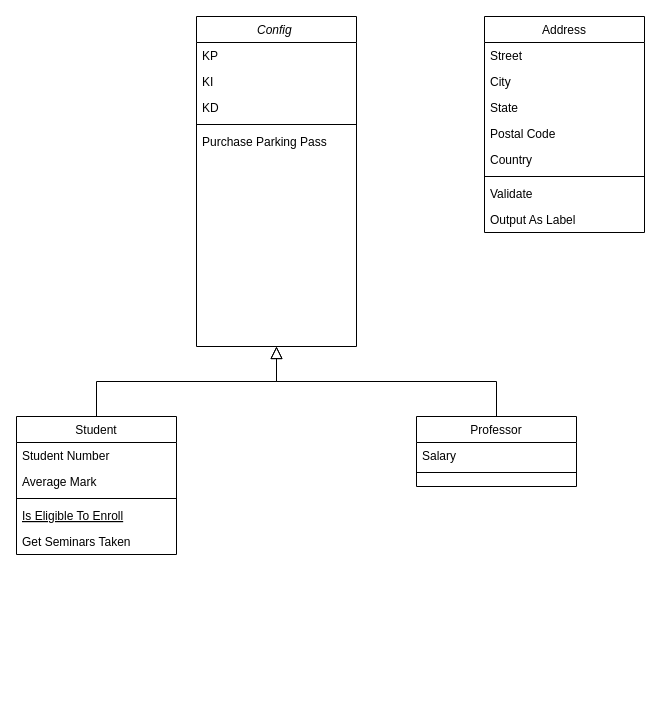
0neShot/IA keeps this draw.io diagram as IA.drawio. Above is the earlier version. Source tidied: cells renumbered, new cells numbered last; positions are measured from the earlier drawing's top-left corner, leaving out a move shared by most shapes. Both pictures are drawn from the tidied source at 100%, with x=0, y=0 at pixel (16, 16).
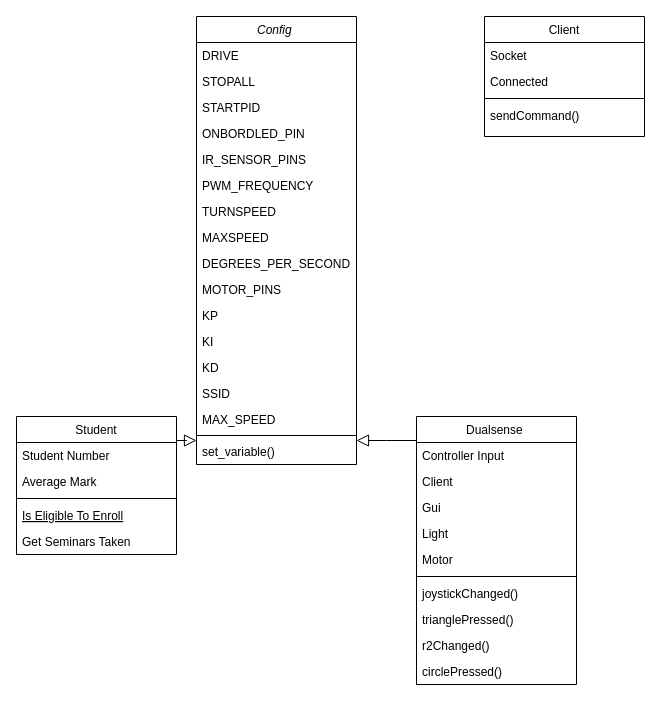
After the change.

Change to the diagram source:
```diff
@@
     <mxCell id="2" value="Config " style="swimlane;fontStyle=2;align=center;verticalAlign=top;horizontal=1;startSize=26;rounded=0;shadow=0;strokeWidth=1;" parent="1" vertex="1">
-      <mxGeometry x="180" width="160" height="330" as="geometry" />
+      <mxGeometry x="180" width="160" height="448" as="geometry" />
     </mxCell>
+    <mxCell id="28" value="DRIVE" style="text;align=left;verticalAlign=top;spacingLeft=4;spacingRight=4;overflow=hidden;" parent="2" vertex="1">
+      <mxGeometry y="26" width="160" height="26" as="geometry" />
+    </mxCell>
+    <mxCell id="29" value="STOPALL" style="text;align=left;verticalAlign=top;spacingLeft=4;spacingRight=4;overflow=hidden;" parent="2" vertex="1">
+      <mxGeometry y="52" width="160" height="26" as="geometry" />
+    </mxCell>
+    <mxCell id="30" value="STARTPID" style="text;align=left;verticalAlign=top;spacingLeft=4;spacingRight=4;overflow=hidden;" parent="2" vertex="1">
+      <mxGeometry y="78" width="160" height="26" as="geometry" />
+    </mxCell>
+    <mxCell id="31" value="ONBORDLED_PIN" style="text;align=left;verticalAlign=top;spacingLeft=4;spacingRight=4;overflow=hidden;" parent="2" vertex="1">
+      <mxGeometry y="104" width="160" height="26" as="geometry" />
+    </mxCell>
+    <mxCell id="32" value="IR_SENSOR_PINS" style="text;align=left;verticalAlign=top;spacingLeft=4;spacingRight=4;overflow=hidden;" parent="2" vertex="1">
+      <mxGeometry y="130" width="160" height="26" as="geometry" />
+    </mxCell>
+    <mxCell id="33" value="PWM_FREQUENCY" style="text;align=left;verticalAlign=top;spacingLeft=4;spacingRight=4;overflow=hidden;" parent="2" vertex="1">
+      <mxGeometry y="156" width="160" height="26" as="geometry" />
+    </mxCell>
+    <mxCell id="34" value="TURNSPEED" style="text;align=left;verticalAlign=top;spacingLeft=4;spacingRight=4;overflow=hidden;" parent="2" vertex="1">
+      <mxGeometry y="182" width="160" height="26" as="geometry" />
+    </mxCell>
+    <mxCell id="35" value="MAXSPEED" style="text;align=left;verticalAlign=top;spacingLeft=4;spacingRight=4;overflow=hidden;" parent="2" vertex="1">
+      <mxGeometry y="208" width="160" height="26" as="geometry" />
+    </mxCell>
+    <mxCell id="36" value="DEGREES_PER_SECOND" style="text;align=left;verticalAlign=top;spacingLeft=4;spacingRight=4;overflow=hidden;" parent="2" vertex="1">
+      <mxGeometry y="234" width="160" height="26" as="geometry" />
+    </mxCell>
+    <mxCell id="37" value="MOTOR_PINS" style="text;align=left;verticalAlign=top;spacingLeft=4;spacingRight=4;overflow=hidden;" parent="2" vertex="1">
+      <mxGeometry y="260" width="160" height="26" as="geometry" />
+    </mxCell>
     <mxCell id="3" value="KP" style="text;align=left;verticalAlign=top;spacingLeft=4;spacingRight=4;overflow=hidden;" parent="2" vertex="1">
-      <mxGeometry y="26" width="160" height="26" as="geometry" />
+      <mxGeometry y="286" width="160" height="26" as="geometry" />
     </mxCell>
     <mxCell id="4" value="KI" style="text;align=left;verticalAlign=top;spacingLeft=4;spacingRight=4;overflow=hidden;rounded=0;shadow=0;html=0;" parent="2" vertex="1">
-      <mxGeometry y="52" width="160" height="26" as="geometry" />
+      <mxGeometry y="312" width="160" height="26" as="geometry" />
     </mxCell>
     <mxCell id="5" value="KD" style="text;align=left;verticalAlign=top;spacingLeft=4;spacingRight=4;overflow=hidden;rounded=0;shadow=0;html=0;" parent="2" vertex="1">
-      <mxGeometry y="78" width="160" height="26" as="geometry" />
+      <mxGeometry y="338" width="160" height="26" as="geometry" />
     </mxCell>
+    <mxCell id="38" value="SSID" style="text;align=left;verticalAlign=top;spacingLeft=4;spacingRight=4;overflow=hidden;rounded=0;shadow=0;html=0;" parent="2" vertex="1">
+      <mxGeometry y="364" width="160" height="26" as="geometry" />
+    </mxCell>
+    <mxCell id="39" value="MAX_SPEED" style="text;align=left;verticalAlign=top;spacingLeft=4;spacingRight=4;overflow=hidden;rounded=0;shadow=0;html=0;" parent="2" vertex="1">
+      <mxGeometry y="390" width="160" height="26" as="geometry" />
+    </mxCell>
     <mxCell id="6" style="line;html=1;strokeWidth=1;align=left;verticalAlign=middle;spacingTop=-1;spacingLeft=3;spacingRight=3;labelPosition=right;" parent="2" vertex="1">
-      <mxGeometry y="104" width="160" height="8" as="geometry" />
+      <mxGeometry y="416" width="160" height="6" as="geometry" />
     </mxCell>
-    <mxCell id="7" value="Purchase Parking Pass" style="text;align=left;verticalAlign=top;spacingLeft=4;spacingRight=4;overflow=hidden;" parent="2" vertex="1">
-      <mxGeometry y="112" width="160" height="26" as="geometry" />
+    <mxCell id="7" value="set_variable()" style="text;align=left;verticalAlign=top;spacingLeft=4;spacingRight=4;overflow=hidden;" parent="2" vertex="1">
+      <mxGeometry y="422" width="160" height="26" as="geometry" />
     </mxCell>
@@
-    <mxCell id="15" value="Professor" style="swimlane;fontStyle=0;align=center;verticalAlign=top;horizontal=1;startSize=26;rounded=0;shadow=0;strokeWidth=1;" parent="1" vertex="1">
-      <mxGeometry x="400" y="400" width="160" height="70" as="geometry" />
+    <mxCell id="15" value="Dualsense " style="swimlane;fontStyle=0;align=center;verticalAlign=top;horizontal=1;startSize=26;rounded=0;shadow=0;strokeWidth=1;" parent="1" vertex="1">
+      <mxGeometry x="400" y="400" width="160" height="268" as="geometry" />
     </mxCell>
-    <mxCell id="16" value="Salary" style="text;align=left;verticalAlign=top;spacingLeft=4;spacingRight=4;overflow=hidden;" parent="15" vertex="1">
+    <mxCell id="16" value="Controller Input" style="text;align=left;verticalAlign=top;spacingLeft=4;spacingRight=4;overflow=hidden;" parent="15" vertex="1">
       <mxGeometry y="26" width="160" height="26" as="geometry" />
     </mxCell>
+    <mxCell id="40" value="Client" style="text;align=left;verticalAlign=top;spacingLeft=4;spacingRight=4;overflow=hidden;" parent="15" vertex="1">
+      <mxGeometry y="52" width="160" height="26" as="geometry" />
+    </mxCell>
+    <mxCell id="41" value="Gui " style="text;align=left;verticalAlign=top;spacingLeft=4;spacingRight=4;overflow=hidden;" parent="15" vertex="1">
+      <mxGeometry y="78" width="160" height="26" as="geometry" />
+    </mxCell>
+    <mxCell id="42" value="Light" style="text;align=left;verticalAlign=top;spacingLeft=4;spacingRight=4;overflow=hidden;" parent="15" vertex="1">
+      <mxGeometry y="104" width="160" height="26" as="geometry" />
+    </mxCell>
+    <mxCell id="43" value="Motor" style="text;align=left;verticalAlign=top;spacingLeft=4;spacingRight=4;overflow=hidden;" parent="15" vertex="1">
+      <mxGeometry y="130" width="160" height="26" as="geometry" />
+    </mxCell>
     <mxCell id="17" style="line;html=1;strokeWidth=1;align=left;verticalAlign=middle;spacingTop=-1;spacingLeft=3;spacingRight=3;labelPosition=right;" parent="15" vertex="1">
-      <mxGeometry y="52" width="160" height="8" as="geometry" />
+      <mxGeometry y="156" width="160" height="8" as="geometry" />
     </mxCell>
+    <mxCell id="44" value="joystickChanged()" style="text;align=left;verticalAlign=top;spacingLeft=4;spacingRight=4;overflow=hidden;" parent="15" vertex="1">
+      <mxGeometry y="164" width="160" height="26" as="geometry" />
+    </mxCell>
+    <mxCell id="45" value="trianglePressed()" style="text;align=left;verticalAlign=top;spacingLeft=4;spacingRight=4;overflow=hidden;" parent="15" vertex="1">
+      <mxGeometry y="190" width="160" height="26" as="geometry" />
+    </mxCell>
+    <mxCell id="46" value="r2Changed()" style="text;align=left;verticalAlign=top;spacingLeft=4;spacingRight=4;overflow=hidden;" parent="15" vertex="1">
+      <mxGeometry y="216" width="160" height="26" as="geometry" />
+    </mxCell>
+    <mxCell id="47" value="circlePressed()" style="text;align=left;verticalAlign=top;spacingLeft=4;spacingRight=4;overflow=hidden;" parent="15" vertex="1">
+      <mxGeometry y="242" width="160" height="26" as="geometry" />
+    </mxCell>
@@
-    <mxCell id="19" value="Address" style="swimlane;fontStyle=0;align=center;verticalAlign=top;horizontal=1;startSize=26;rounded=0;shadow=0;strokeWidth=1;" parent="1" vertex="1">
-      <mxGeometry x="468" width="160" height="216" as="geometry" />
+    <mxCell id="19" value="Client" style="swimlane;fontStyle=0;align=center;verticalAlign=top;horizontal=1;startSize=26;rounded=0;shadow=0;strokeWidth=1;" parent="1" vertex="1">
+      <mxGeometry x="468" width="160" height="120" as="geometry" />
     </mxCell>
-    <mxCell id="20" value="Street" style="text;align=left;verticalAlign=top;spacingLeft=4;spacingRight=4;overflow=hidden;" parent="19" vertex="1">
+    <mxCell id="20" value="Socket" style="text;align=left;verticalAlign=top;spacingLeft=4;spacingRight=4;overflow=hidden;" parent="19" vertex="1">
       <mxGeometry y="26" width="160" height="26" as="geometry" />
     </mxCell>
-    <mxCell id="21" value="City" style="text;align=left;verticalAlign=top;spacingLeft=4;spacingRight=4;overflow=hidden;rounded=0;shadow=0;html=0;" parent="19" vertex="1">
+    <mxCell id="21" value="Connected" style="text;align=left;verticalAlign=top;spacingLeft=4;spacingRight=4;overflow=hidden;rounded=0;shadow=0;html=0;" parent="19" vertex="1">
       <mxGeometry y="52" width="160" height="26" as="geometry" />
     </mxCell>
-    <mxCell id="22" value="State" style="text;align=left;verticalAlign=top;spacingLeft=4;spacingRight=4;overflow=hidden;rounded=0;shadow=0;html=0;" parent="19" vertex="1">
-      <mxGeometry y="78" width="160" height="26" as="geometry" />
-    </mxCell>
-    <mxCell id="23" value="Postal Code" style="text;align=left;verticalAlign=top;spacingLeft=4;spacingRight=4;overflow=hidden;rounded=0;shadow=0;html=0;" parent="19" vertex="1">
-      <mxGeometry y="104" width="160" height="26" as="geometry" />
-    </mxCell>
-    <mxCell id="24" value="Country" style="text;align=left;verticalAlign=top;spacingLeft=4;spacingRight=4;overflow=hidden;rounded=0;shadow=0;html=0;" parent="19" vertex="1">
-      <mxGeometry y="130" width="160" height="26" as="geometry" />
-    </mxCell>
     <mxCell id="25" style="line;html=1;strokeWidth=1;align=left;verticalAlign=middle;spacingTop=-1;spacingLeft=3;spacingRight=3;labelPosition=right;" parent="19" vertex="1">
-      <mxGeometry y="156" width="160" height="8" as="geometry" />
+      <mxGeometry y="78" width="160" height="8" as="geometry" />
     </mxCell>
-    <mxCell id="26" value="Validate" style="text;align=left;verticalAlign=top;spacingLeft=4;spacingRight=4;overflow=hidden;" parent="19" vertex="1">
-      <mxGeometry y="164" width="160" height="26" as="geometry" />
+    <mxCell id="26" value="sendCommand()" style="text;align=left;verticalAlign=top;spacingLeft=4;spacingRight=4;overflow=hidden;" parent="19" vertex="1">
+      <mxGeometry y="86" width="160" height="26" as="geometry" />
     </mxCell>
-    <mxCell id="27" value="Output As Label" style="text;align=left;verticalAlign=top;spacingLeft=4;spacingRight=4;overflow=hidden;" parent="19" vertex="1">
-      <mxGeometry y="190" width="160" height="26" as="geometry" />
-    </mxCell>
```
